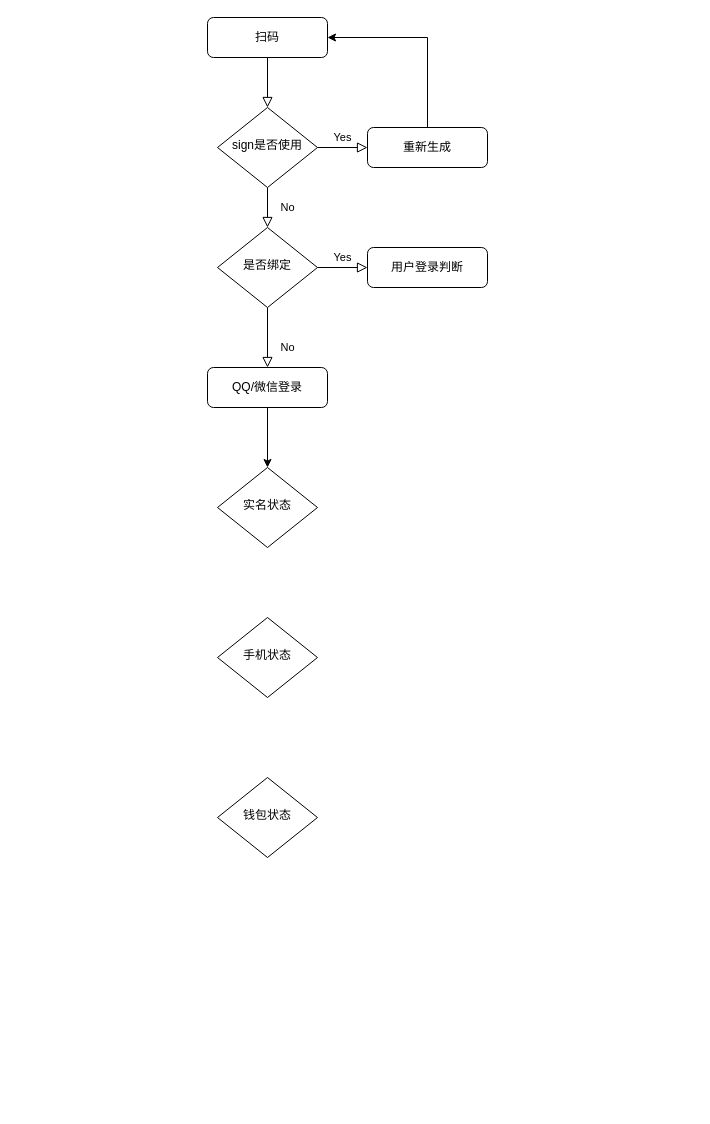
This is 2024/03/07/hello-world/绑定流程.drawio from caiziqi33/caiziqi33.github.io, a draw.io file, before an edit. Source tidied: cells renumbered, new cells numbered last; positions are measured from the earlier drawing's top-left corner, leaving out a move shared by most shapes. Both pictures are drawn from the tidied source at 100%, with x=0, y=0 at pixel (207, 17).
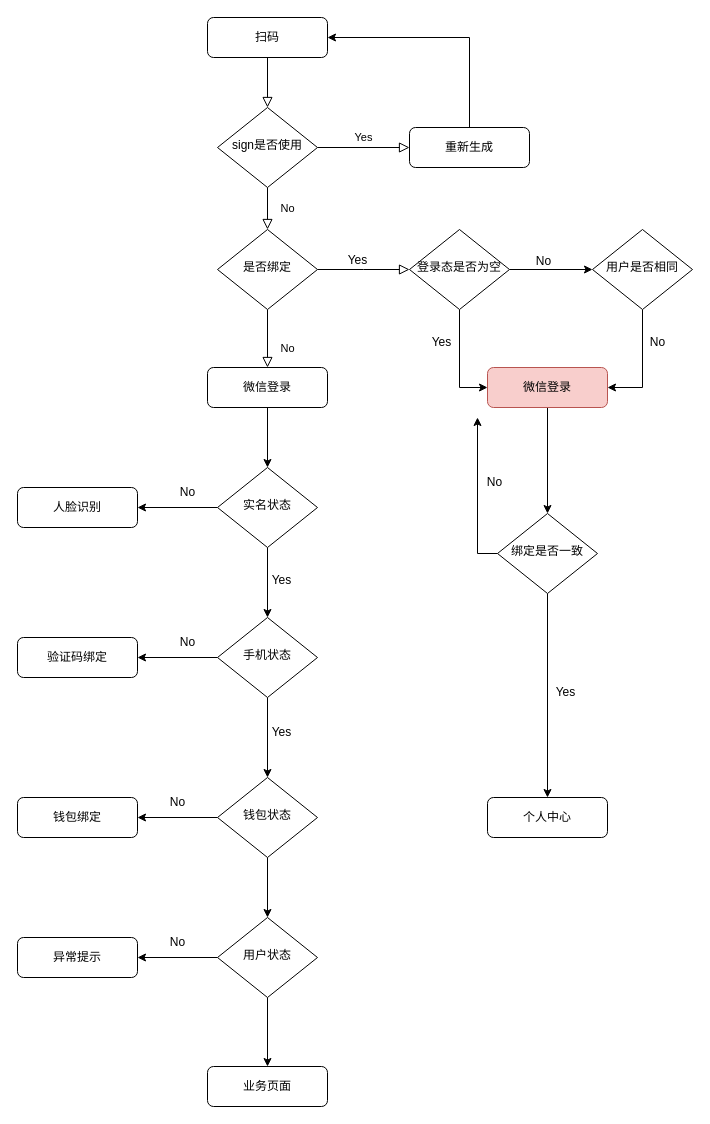
After the change.

Commit message:
更新绑定流程.drawio

The change refers to these unchanged cells:
```xml
<mxCell id="15" value="实名状态" style="rhombus;whiteSpace=wrap;html=1;shadow=0;fontFamily=Helvetica;fontSize=12;align=center;strokeWidth=1;spacing=6;spacingTop=-4;" parent="1" vertex="1">
  <mxGeometry x="10" y="450" width="100" height="80" as="geometry" />
</mxCell>
<mxCell id="16" value="手机状态" style="rhombus;whiteSpace=wrap;html=1;shadow=0;fontFamily=Helvetica;fontSize=12;align=center;strokeWidth=1;spacing=6;spacingTop=-4;" parent="1" vertex="1">
  <mxGeometry x="10" y="600" width="100" height="80" as="geometry" />
</mxCell>
<mxCell id="17" value="钱包状态" style="rhombus;whiteSpace=wrap;html=1;shadow=0;fontFamily=Helvetica;fontSize=12;align=center;strokeWidth=1;spacing=6;spacingTop=-4;" parent="1" vertex="1">
  <mxGeometry x="10" y="760" width="100" height="80" as="geometry" />
</mxCell>
```

What changed in the source:
```diff
@@
     <mxCell id="8" value="重新生成" style="rounded=1;whiteSpace=wrap;html=1;fontSize=12;glass=0;strokeWidth=1;shadow=0;" parent="1" vertex="1">
-      <mxGeometry x="160" y="110" width="120" height="40" as="geometry" />
+      <mxGeometry x="202" y="110" width="120" height="40" as="geometry" />
     </mxCell>
@@
-    <mxCell id="10" value="Yes" style="edgeStyle=orthogonalEdgeStyle;rounded=0;html=1;jettySize=auto;fontSize=11;endArrow=block;endFill=0;endSize=8;strokeWidth=1;shadow=0;labelBackgroundColor=none;" parent="1" edge="1" source="11" target="14">
-      <mxGeometry y="10" relative="1" as="geometry" />
+    <mxCell id="10" style="edgeStyle=orthogonalEdgeStyle;rounded=0;html=1;jettySize=auto;fontSize=11;endArrow=block;endFill=0;endSize=8;strokeWidth=1;shadow=0;labelBackgroundColor=none;" parent="1" edge="1" source="11">
+      <mxGeometry y="10" relative="1" as="geometry">
+        <mxPoint x="202" y="252" as="targetPoint" />
+      </mxGeometry>
     </mxCell>
     <mxCell id="11" value="是否绑定" style="rhombus;whiteSpace=wrap;html=1;shadow=0;fontFamily=Helvetica;fontSize=12;align=center;strokeWidth=1;spacing=6;spacingTop=-4;" parent="1" vertex="1">
-      <mxGeometry x="10" y="210" width="100" height="80" as="geometry" />
+      <mxGeometry x="10" y="212" width="100" height="80" as="geometry" />
     </mxCell>
@@
-    <mxCell id="13" value="QQ/微信登录" style="rounded=1;whiteSpace=wrap;html=1;fontSize=12;glass=0;strokeWidth=1;shadow=0;" parent="1" vertex="1">
+    <mxCell id="13" value="微信登录" style="rounded=1;whiteSpace=wrap;html=1;fontSize=12;glass=0;strokeWidth=1;shadow=0;" parent="1" vertex="1">
       <mxGeometry y="350" width="120" height="40" as="geometry" />
     </mxCell>
-    <mxCell id="14" value="用户登录判断" style="rounded=1;whiteSpace=wrap;html=1;fontSize=12;glass=0;strokeWidth=1;shadow=0;" parent="1" vertex="1">
-      <mxGeometry x="160" y="230" width="120" height="40" as="geometry" />
-    </mxCell>
+    <mxCell id="18" style="edgeStyle=orthogonalEdgeStyle;rounded=0;jettySize=auto;html=1;entryX=0.5;entryY=0;entryDx=0;entryDy=0;" parent="1" edge="1" source="15" target="16">
+      <mxGeometry relative="1" as="geometry" />
+    </mxCell>
+    <mxCell id="19" style="edgeStyle=orthogonalEdgeStyle;rounded=0;jettySize=auto;html=1;entryX=1;entryY=0.5;entryDx=0;entryDy=0;" parent="1" edge="1" source="15" target="26">
+      <mxGeometry relative="1" as="geometry" />
+    </mxCell>
@@
+    <mxCell id="20" style="edgeStyle=orthogonalEdgeStyle;rounded=0;jettySize=auto;html=1;" parent="1" edge="1" source="16" target="17">
+      <mxGeometry relative="1" as="geometry" />
+    </mxCell>
+    <mxCell id="21" style="edgeStyle=orthogonalEdgeStyle;rounded=0;jettySize=auto;html=1;entryX=1;entryY=0.5;entryDx=0;entryDy=0;" parent="1" edge="1" source="16" target="27">
+      <mxGeometry relative="1" as="geometry" />
+    </mxCell>
@@
+    <mxCell id="22" style="edgeStyle=orthogonalEdgeStyle;rounded=0;jettySize=auto;html=1;entryX=1;entryY=0.5;entryDx=0;entryDy=0;" parent="1" edge="1" source="17" target="28">
+      <mxGeometry relative="1" as="geometry" />
+    </mxCell>
+    <mxCell id="23" style="edgeStyle=orthogonalEdgeStyle;rounded=0;jettySize=auto;html=1;entryX=0.5;entryY=0;entryDx=0;entryDy=0;" parent="1" edge="1" source="17" target="52">
+      <mxGeometry relative="1" as="geometry" />
+    </mxCell>
@@
+    <mxCell id="24" value="Yes" style="text;html=1;align=center;verticalAlign=middle;strokeColor=none;fillColor=none;" parent="1" vertex="1">
+      <mxGeometry x="54" y="548" width="40" height="30" as="geometry" />
+    </mxCell>
+    <mxCell id="25" value="Yes" style="text;html=1;align=center;verticalAlign=middle;strokeColor=none;fillColor=none;" parent="1" vertex="1">
+      <mxGeometry x="54" y="700" width="40" height="30" as="geometry" />
+    </mxCell>
+    <mxCell id="26" value="人脸识别" style="rounded=1;whiteSpace=wrap;html=1;fontSize=12;glass=0;strokeWidth=1;shadow=0;" parent="1" vertex="1">
+      <mxGeometry x="-190" y="470" width="120" height="40" as="geometry" />
+    </mxCell>
+    <mxCell id="27" value="验证码绑定" style="rounded=1;whiteSpace=wrap;html=1;fontSize=12;glass=0;strokeWidth=1;shadow=0;" parent="1" vertex="1">
+      <mxGeometry x="-190" y="620" width="120" height="40" as="geometry" />
+    </mxCell>
+    <mxCell id="28" value="钱包绑定" style="rounded=1;whiteSpace=wrap;html=1;fontSize=12;glass=0;strokeWidth=1;shadow=0;" parent="1" vertex="1">
+      <mxGeometry x="-190" y="780" width="120" height="40" as="geometry" />
+    </mxCell>
+    <mxCell id="29" value="No" style="text;html=1;align=center;verticalAlign=middle;strokeColor=none;fillColor=none;" parent="1" vertex="1">
+      <mxGeometry x="-40" y="460" width="40" height="30" as="geometry" />
+    </mxCell>
+    <mxCell id="30" value="No" style="text;html=1;align=center;verticalAlign=middle;strokeColor=none;fillColor=none;" parent="1" vertex="1">
+      <mxGeometry x="-40" y="610" width="40" height="30" as="geometry" />
+    </mxCell>
+    <mxCell id="31" value="No" style="text;html=1;align=center;verticalAlign=middle;strokeColor=none;fillColor=none;" parent="1" vertex="1">
+      <mxGeometry x="-50" y="770" width="40" height="30" as="geometry" />
+    </mxCell>
+    <mxCell id="32" style="edgeStyle=orthogonalEdgeStyle;rounded=0;jettySize=auto;html=1;entryX=0;entryY=0.5;entryDx=0;entryDy=0;" parent="1" edge="1" source="34" target="39">
+      <mxGeometry relative="1" as="geometry" />
+    </mxCell>
+    <mxCell id="33" style="edgeStyle=orthogonalEdgeStyle;rounded=0;jettySize=auto;html=1;exitX=0.5;exitY=1;exitDx=0;exitDy=0;entryX=0;entryY=0.5;entryDx=0;entryDy=0;" parent="1" edge="1" source="34" target="37">
+      <mxGeometry relative="1" as="geometry" />
+    </mxCell>
+    <mxCell id="34" value="登录态是否为空" style="rhombus;whiteSpace=wrap;html=1;shadow=0;fontFamily=Helvetica;fontSize=12;align=center;strokeWidth=1;spacing=6;spacingTop=-4;" parent="1" vertex="1">
+      <mxGeometry x="202" y="212" width="100" height="80" as="geometry" />
+    </mxCell>
+    <mxCell id="35" value="Yes" style="text;html=1;align=center;verticalAlign=middle;strokeColor=none;fillColor=none;" parent="1" vertex="1">
+      <mxGeometry x="130" y="228" width="40" height="30" as="geometry" />
+    </mxCell>
+    <mxCell id="36" style="edgeStyle=orthogonalEdgeStyle;rounded=0;jettySize=auto;html=1;entryX=0.5;entryY=0;entryDx=0;entryDy=0;" parent="1" edge="1" source="37" target="45">
+      <mxGeometry relative="1" as="geometry" />
+    </mxCell>
+    <mxCell id="37" value="微信登录" style="rounded=1;whiteSpace=wrap;html=1;fontSize=12;glass=0;strokeWidth=1;shadow=0;fillColor=#f8cecc;strokeColor=#b85450;" parent="1" vertex="1">
+      <mxGeometry x="280" y="350" width="120" height="40" as="geometry" />
+    </mxCell>
+    <mxCell id="38" style="edgeStyle=orthogonalEdgeStyle;rounded=0;jettySize=auto;html=1;entryX=1;entryY=0.5;entryDx=0;entryDy=0;" parent="1" edge="1" source="39" target="37">
+      <mxGeometry relative="1" as="geometry" />
+    </mxCell>
+    <mxCell id="39" value="用户是否相同" style="rhombus;whiteSpace=wrap;html=1;shadow=0;fontFamily=Helvetica;fontSize=12;align=center;strokeWidth=1;spacing=6;spacingTop=-4;" parent="1" vertex="1">
+      <mxGeometry x="385" y="212" width="100" height="80" as="geometry" />
+    </mxCell>
+    <mxCell id="40" value="No" style="text;html=1;align=center;verticalAlign=middle;strokeColor=none;fillColor=none;" parent="1" vertex="1">
+      <mxGeometry x="316" y="229" width="40" height="30" as="geometry" />
+    </mxCell>
+    <mxCell id="41" value="个人中心" style="rounded=1;whiteSpace=wrap;html=1;fontSize=12;glass=0;strokeWidth=1;shadow=0;" parent="1" vertex="1">
+      <mxGeometry x="280" y="780" width="120" height="40" as="geometry" />
+    </mxCell>
+    <mxCell id="42" value="业务页面" style="rounded=1;whiteSpace=wrap;html=1;fontSize=12;glass=0;strokeWidth=1;shadow=0;" parent="1" vertex="1">
+      <mxGeometry y="1049" width="120" height="40" as="geometry" />
+    </mxCell>
+    <mxCell id="43" style="edgeStyle=orthogonalEdgeStyle;rounded=0;jettySize=auto;html=1;" parent="1" edge="1" source="45" target="41">
+      <mxGeometry relative="1" as="geometry" />
+    </mxCell>
+    <mxCell id="44" style="edgeStyle=orthogonalEdgeStyle;rounded=0;jettySize=auto;html=1;" parent="1" edge="1" source="45">
+      <mxGeometry relative="1" as="geometry">
+        <mxPoint x="270" y="400" as="targetPoint" />
+      </mxGeometry>
+    </mxCell>
+    <mxCell id="45" value="绑定是否一致" style="rhombus;whiteSpace=wrap;html=1;shadow=0;fontFamily=Helvetica;fontSize=12;align=center;strokeWidth=1;spacing=6;spacingTop=-4;" parent="1" vertex="1">
+      <mxGeometry x="290" y="496" width="100" height="80" as="geometry" />
+    </mxCell>
+    <mxCell id="46" value="No" style="text;html=1;align=center;verticalAlign=middle;strokeColor=none;fillColor=none;" parent="1" vertex="1">
+      <mxGeometry x="430" y="310" width="40" height="30" as="geometry" />
+    </mxCell>
+    <mxCell id="47" value="Yes" style="text;html=1;align=center;verticalAlign=middle;strokeColor=none;fillColor=none;" parent="1" vertex="1">
+      <mxGeometry x="214" y="310" width="40" height="30" as="geometry" />
+    </mxCell>
+    <mxCell id="48" value="Yes" style="text;html=1;align=center;verticalAlign=middle;strokeColor=none;fillColor=none;" parent="1" vertex="1">
+      <mxGeometry x="338" y="660" width="40" height="30" as="geometry" />
+    </mxCell>
+    <mxCell id="49" value="No" style="text;html=1;align=center;verticalAlign=middle;strokeColor=none;fillColor=none;" parent="1" vertex="1">
+      <mxGeometry x="267" y="450" width="40" height="30" as="geometry" />
+    </mxCell>
+    <mxCell id="50" style="edgeStyle=orthogonalEdgeStyle;rounded=0;jettySize=auto;html=1;entryX=0.5;entryY=0;entryDx=0;entryDy=0;" parent="1" edge="1" source="52" target="42">
+      <mxGeometry relative="1" as="geometry" />
+    </mxCell>
+    <mxCell id="51" style="edgeStyle=orthogonalEdgeStyle;rounded=0;jettySize=auto;html=1;entryX=1;entryY=0.5;entryDx=0;entryDy=0;" parent="1" edge="1" source="52" target="53">
+      <mxGeometry relative="1" as="geometry" />
+    </mxCell>
+    <mxCell id="52" value="用户状态" style="rhombus;whiteSpace=wrap;html=1;shadow=0;fontFamily=Helvetica;fontSize=12;align=center;strokeWidth=1;spacing=6;spacingTop=-4;" parent="1" vertex="1">
+      <mxGeometry x="10" y="900" width="100" height="80" as="geometry" />
+    </mxCell>
+    <mxCell id="53" value="异常提示" style="rounded=1;whiteSpace=wrap;html=1;fontSize=12;glass=0;strokeWidth=1;shadow=0;" parent="1" vertex="1">
+      <mxGeometry x="-190" y="920" width="120" height="40" as="geometry" />
+    </mxCell>
+    <mxCell id="54" value="No" style="text;html=1;align=center;verticalAlign=middle;strokeColor=none;fillColor=none;" parent="1" vertex="1">
+      <mxGeometry x="-50" y="910" width="40" height="30" as="geometry" />
+    </mxCell>
```
